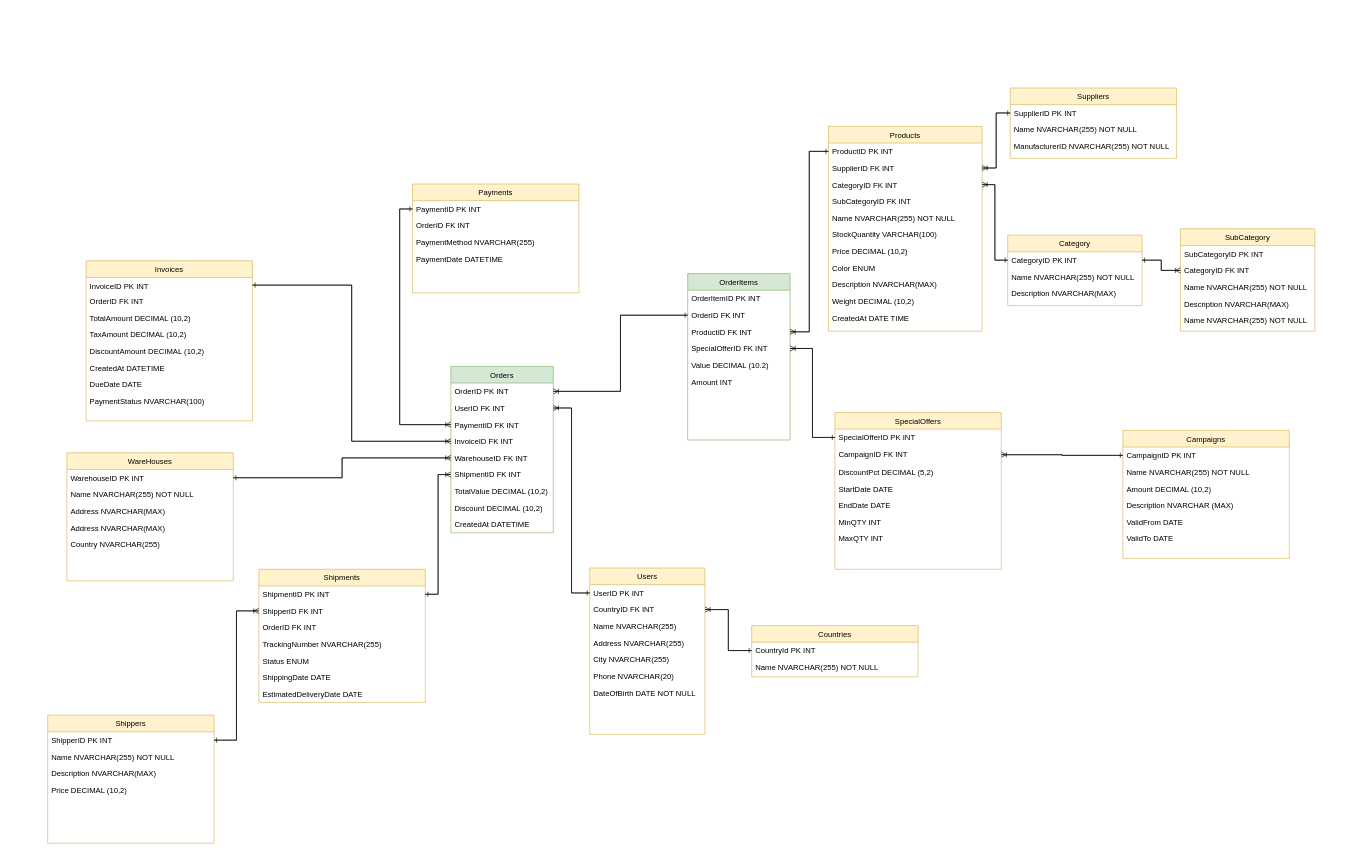
LuccaLinguine/BankDB keeps this draw.io diagram as star diagram.drawio. Above is the earlier version. Source tidied: cells renumbered, new cells numbered last; positions are measured from the earlier drawing's top-left corner, leaving out a move shared by most shapes. Both pictures are drawn from the tidied source at 64%, with x=0, y=0 at pixel (47, 88).
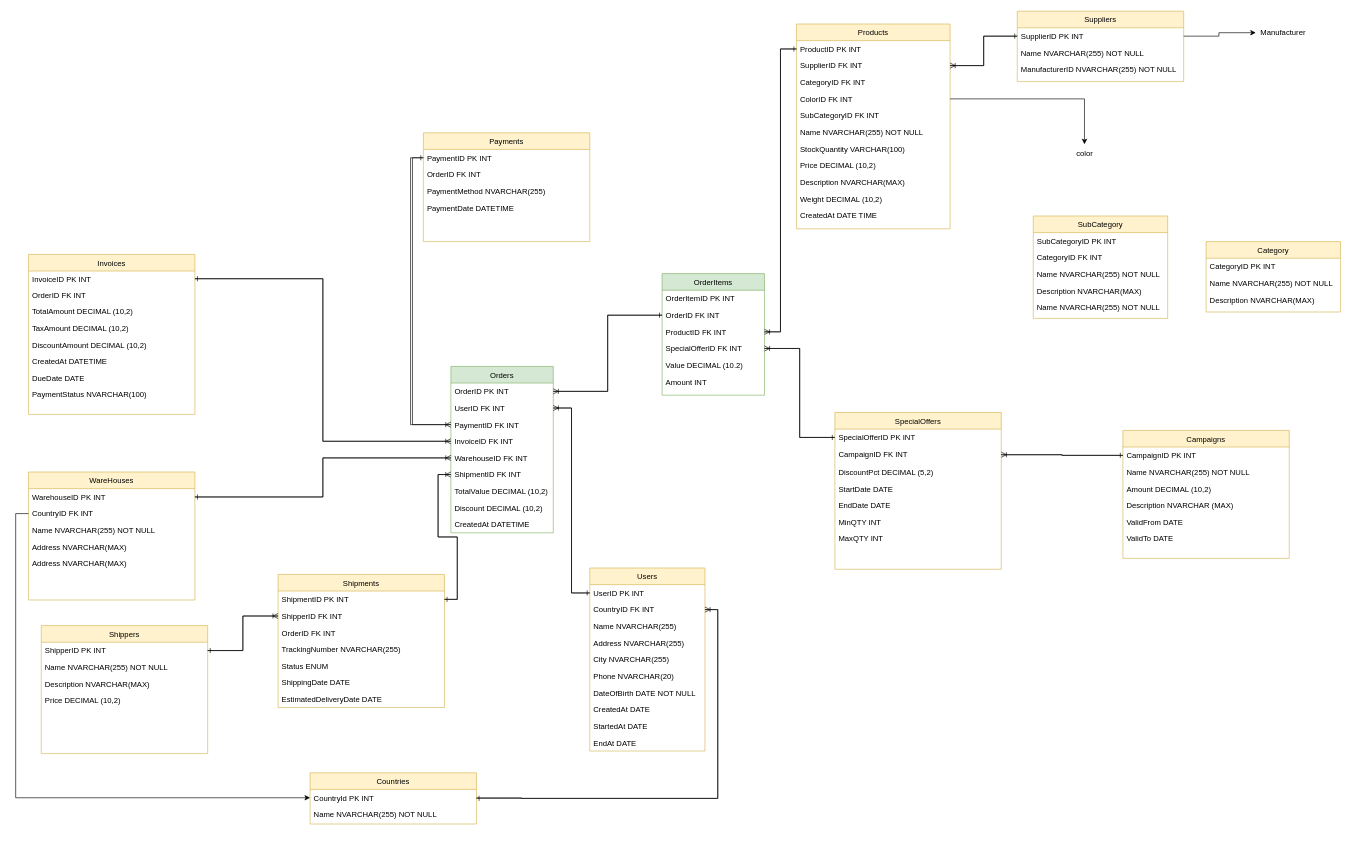
The same diagram, later.

The change refers to these unchanged cells:
```xml
<mxCell id="5" value="PaymentID FK INT" style="text;align=left;verticalAlign=top;spacingLeft=4;spacingRight=4;overflow=hidden;points=[[0,0.5],[1,0.5]];portConstraint=eastwest;" parent="2" vertex="1">
  <mxGeometry y="78" width="160" height="26" as="geometry" />
</mxCell>
<mxCell id="21" value="CountryID FK INT" style="text;align=left;verticalAlign=top;spacingLeft=4;spacingRight=4;overflow=hidden;points=[[0,0.5],[1,0.5]];portConstraint=eastwest;" parent="19" vertex="1">
  <mxGeometry y="52" width="180" height="26" as="geometry" />
</mxCell>
<mxCell id="30" value="CategoryID FK INT" style="text;align=left;verticalAlign=top;spacingLeft=4;spacingRight=4;overflow=hidden;points=[[0,0.5],[1,0.5]];portConstraint=eastwest;" parent="27" vertex="1">
  <mxGeometry y="78" width="240" height="26" as="geometry" />
</mxCell>
<mxCell id="41" value="CategoryID FK INT" style="text;align=left;verticalAlign=top;spacingLeft=4;spacingRight=4;overflow=hidden;points=[[0,0.5],[1,0.5]];portConstraint=eastwest;" parent="39" vertex="1">
  <mxGeometry y="52" width="210" height="26" as="geometry" />
</mxCell>
<mxCell id="46" value="CategoryID PK INT" style="text;align=left;verticalAlign=top;spacingLeft=4;spacingRight=4;overflow=hidden;points=[[0,0.5],[1,0.5]];portConstraint=eastwest;" parent="45" vertex="1">
  <mxGeometry y="26" width="210" height="26" as="geometry" />
</mxCell>
<mxCell id="50" value="SupplierID PK INT" style="text;align=left;verticalAlign=top;spacingLeft=4;spacingRight=4;overflow=hidden;points=[[0,0.5],[1,0.5]];portConstraint=eastwest;" parent="49" vertex="1">
  <mxGeometry y="26" width="260" height="26" as="geometry" />
</mxCell>
<mxCell id="88" value="PaymentID PK INT" style="text;align=left;verticalAlign=top;spacingLeft=4;spacingRight=4;overflow=hidden;points=[[0,0.5],[1,0.5]];portConstraint=eastwest;" parent="87" vertex="1">
  <mxGeometry y="26" width="260" height="26" as="geometry" />
</mxCell>
<mxCell id="102" value="CountryId PK INT" style="text;align=left;verticalAlign=top;spacingLeft=4;spacingRight=4;overflow=hidden;points=[[0,0.5],[1,0.5]];portConstraint=eastwest;" parent="101" vertex="1">
  <mxGeometry y="26" width="260" height="26" as="geometry" />
</mxCell>
```

Diff of the diagram source:
```diff
@@
     <mxCell id="12" value="OrderItems" style="swimlane;fontStyle=0;align=center;verticalAlign=top;horizontal=1;startSize=26;rounded=0;shadow=0;strokeWidth=1;fillColor=#d5e8d4;strokeColor=#82b366;" parent="1" vertex="1">
-      <mxGeometry x="1000" y="290" width="160" height="260" as="geometry" />
+      <mxGeometry x="960" y="290" width="160" height="190" as="geometry" />
     </mxCell>
@@
     <mxCell id="19" value="Users" style="swimlane;fontStyle=0;align=center;verticalAlign=top;horizontal=1;startSize=26;rounded=0;shadow=0;strokeWidth=1;fillColor=#fff2cc;strokeColor=#d6b656;" parent="1" vertex="1">
-      <mxGeometry x="847" y="750" width="180" height="260" as="geometry" />
+      <mxGeometry x="847" y="750" width="180" height="286" as="geometry" />
     </mxCell>
@@
+    <mxCell id="132" value="CreatedAt DATE" style="text;align=left;verticalAlign=top;spacingLeft=4;spacingRight=4;overflow=hidden;" parent="19" vertex="1">
+      <mxGeometry y="208" width="180" height="26" as="geometry" />
+    </mxCell>
+    <mxCell id="133" value="StartedAt DATE" style="text;align=left;verticalAlign=top;spacingLeft=4;spacingRight=4;overflow=hidden;" parent="19" vertex="1">
+      <mxGeometry y="234" width="180" height="26" as="geometry" />
+    </mxCell>
+    <mxCell id="134" value="EndAt DATE" style="text;align=left;verticalAlign=top;spacingLeft=4;spacingRight=4;overflow=hidden;" parent="19" vertex="1">
+      <mxGeometry y="260" width="180" height="26" as="geometry" />
+    </mxCell>
     <mxCell id="27" value="Products" style="swimlane;fontStyle=0;align=center;verticalAlign=top;horizontal=1;startSize=26;rounded=0;shadow=0;strokeWidth=1;fillColor=#fff2cc;strokeColor=#d6b656;" parent="1" vertex="1">
-      <mxGeometry x="1220" y="60" width="240" height="320" as="geometry" />
+      <mxGeometry x="1170" y="-100" width="240" height="320" as="geometry" />
     </mxCell>
@@
+    <mxCell id="35" value="ColorID FK INT" style="text;align=left;verticalAlign=top;spacingLeft=4;spacingRight=4;overflow=hidden;points=[[0,0.5],[1,0.5]];portConstraint=eastwest;" parent="27" vertex="1">
+      <mxGeometry y="104" width="240" height="26" as="geometry" />
+    </mxCell>
     <mxCell id="31" value="SubCategoryID FK INT" style="text;align=left;verticalAlign=top;spacingLeft=4;spacingRight=4;overflow=hidden;" parent="27" vertex="1">
-      <mxGeometry y="104" width="240" height="26" as="geometry" />
+      <mxGeometry y="130" width="240" height="26" as="geometry" />
     </mxCell>
     <mxCell id="32" value="Name NVARCHAR(255) NOT NULL" style="text;align=left;verticalAlign=top;spacingLeft=4;spacingRight=4;overflow=hidden;" parent="27" vertex="1">
-      <mxGeometry y="130" width="240" height="26" as="geometry" />
+      <mxGeometry y="156" width="240" height="26" as="geometry" />
     </mxCell>
     <mxCell id="33" value="StockQuantity VARCHAR(100)" style="text;align=left;verticalAlign=top;spacingLeft=4;spacingRight=4;overflow=hidden;" parent="27" vertex="1">
-      <mxGeometry y="156" width="240" height="26" as="geometry" />
+      <mxGeometry y="182" width="240" height="26" as="geometry" />
     </mxCell>
     <mxCell id="34" value="Price DECIMAL (10,2)" style="text;align=left;verticalAlign=top;spacingLeft=4;spacingRight=4;overflow=hidden;" parent="27" vertex="1">
-      <mxGeometry y="182" width="240" height="26" as="geometry" />
+      <mxGeometry y="208" width="240" height="26" as="geometry" />
     </mxCell>
-    <mxCell id="35" value="Color ENUM" style="text;align=left;verticalAlign=top;spacingLeft=4;spacingRight=4;overflow=hidden;points=[[0,0.5],[1,0.5]];portConstraint=eastwest;" parent="27" vertex="1">
-      <mxGeometry y="208" width="240" height="26" as="geometry" />
-    </mxCell>
@@
     <mxCell id="39" value="SubCategory" style="swimlane;fontStyle=0;align=center;verticalAlign=top;horizontal=1;startSize=26;rounded=0;shadow=0;strokeWidth=1;fillColor=#fff2cc;strokeColor=#d6b656;" parent="1" vertex="1">
-      <mxGeometry x="1770" y="220" width="210" height="160" as="geometry" />
+      <mxGeometry x="1540" y="200" width="210" height="160" as="geometry" />
     </mxCell>
@@
     <mxCell id="45" value="Category" style="swimlane;fontStyle=0;align=center;verticalAlign=top;horizontal=1;startSize=26;rounded=0;shadow=0;strokeWidth=1;fillColor=#fff2cc;strokeColor=#d6b656;" parent="1" vertex="1">
-      <mxGeometry x="1500" y="230" width="210" height="110" as="geometry" />
+      <mxGeometry x="1810" y="240" width="210" height="110" as="geometry" />
     </mxCell>
@@
     <mxCell id="49" value="Suppliers" style="swimlane;fontStyle=0;align=center;verticalAlign=top;horizontal=1;startSize=26;rounded=0;shadow=0;strokeWidth=1;fillColor=#fff2cc;strokeColor=#d6b656;" parent="1" vertex="1">
-      <mxGeometry x="1504" width="260" height="110" as="geometry" />
+      <mxGeometry x="1515" y="-120" width="260" height="110" as="geometry" />
     </mxCell>
@@
     <mxCell id="68" value="Shippers" style="swimlane;fontStyle=0;align=center;verticalAlign=top;horizontal=1;startSize=26;rounded=0;shadow=0;strokeWidth=1;fillColor=#fff2cc;strokeColor=#d6b656;" parent="1" vertex="1">
-      <mxGeometry y="980" width="260" height="200" as="geometry" />
+      <mxGeometry x="-10" y="840" width="260" height="200" as="geometry" />
     </mxCell>
@@
     <mxCell id="73" value="Shipments" style="swimlane;fontStyle=0;align=center;verticalAlign=top;horizontal=1;startSize=26;rounded=0;shadow=0;strokeWidth=1;fillColor=#fff2cc;strokeColor=#d6b656;" parent="1" vertex="1">
-      <mxGeometry x="330" y="752" width="260" height="208" as="geometry" />
+      <mxGeometry x="360" y="760" width="260" height="208" as="geometry" />
     </mxCell>
@@
     <mxCell id="81" value="WareHouses" style="swimlane;fontStyle=0;align=center;verticalAlign=top;horizontal=1;startSize=26;rounded=0;shadow=0;strokeWidth=1;fillColor=#fff2cc;strokeColor=#d6b656;" parent="1" vertex="1">
-      <mxGeometry x="30" y="570" width="260" height="200" as="geometry" />
+      <mxGeometry x="-30" y="600" width="260" height="200" as="geometry" />
     </mxCell>
@@
+    <mxCell id="135" value="CountryID FK INT" style="text;align=left;verticalAlign=top;spacingLeft=4;spacingRight=4;overflow=hidden;points=[[0,0.5],[1,0.5]];portConstraint=eastwest;" parent="81" vertex="1">
+      <mxGeometry y="52" width="260" height="26" as="geometry" />
+    </mxCell>
     <mxCell id="83" value="Name NVARCHAR(255) NOT NULL" style="text;align=left;verticalAlign=top;spacingLeft=4;spacingRight=4;overflow=hidden;" parent="81" vertex="1">
-      <mxGeometry y="52" width="260" height="26" as="geometry" />
+      <mxGeometry y="78" width="260" height="26" as="geometry" />
     </mxCell>
     <mxCell id="84" value="Address NVARCHAR(MAX)" style="text;align=left;verticalAlign=top;spacingLeft=4;spacingRight=4;overflow=hidden;" parent="81" vertex="1">
-      <mxGeometry y="78" width="260" height="26" as="geometry" />
+      <mxGeometry y="104" width="260" height="26" as="geometry" />
     </mxCell>
     <mxCell id="85" value="Address NVARCHAR(MAX)" style="text;align=left;verticalAlign=top;spacingLeft=4;spacingRight=4;overflow=hidden;" parent="81" vertex="1">
-      <mxGeometry y="104" width="260" height="26" as="geometry" />
+      <mxGeometry y="130" width="260" height="26" as="geometry" />
     </mxCell>
-    <mxCell id="86" value="Country NVARCHAR(255)" style="text;align=left;verticalAlign=top;spacingLeft=4;spacingRight=4;overflow=hidden;" parent="81" vertex="1">
-      <mxGeometry y="130" width="260" height="26" as="geometry" />
-    </mxCell>
     <mxCell id="87" value="Payments" style="swimlane;fontStyle=0;align=center;verticalAlign=top;horizontal=1;startSize=26;rounded=0;shadow=0;strokeWidth=1;fillColor=#fff2cc;strokeColor=#d6b656;" parent="1" vertex="1">
-      <mxGeometry x="570" y="150" width="260" height="170" as="geometry" />
+      <mxGeometry x="587" y="70" width="260" height="170" as="geometry" />
     </mxCell>
@@
     <mxCell id="92" value="Invoices" style="swimlane;fontStyle=0;align=center;verticalAlign=top;horizontal=1;startSize=26;rounded=0;shadow=0;strokeWidth=1;fillColor=#fff2cc;strokeColor=#d6b656;" parent="1" vertex="1">
-      <mxGeometry x="60" y="270" width="260" height="250" as="geometry" />
+      <mxGeometry x="-30" y="260" width="260" height="250" as="geometry" />
     </mxCell>
@@
     <mxCell id="101" value="Countries" style="swimlane;fontStyle=0;align=center;verticalAlign=top;horizontal=1;startSize=26;rounded=0;shadow=0;strokeWidth=1;fillColor=#fff2cc;strokeColor=#d6b656;" parent="1" vertex="1">
-      <mxGeometry x="1100" y="840" width="260" height="80" as="geometry" />
+      <mxGeometry x="410" y="1070" width="260" height="80" as="geometry" />
     </mxCell>
@@
     <mxCell id="104" style="edgeStyle=orthogonalEdgeStyle;rounded=0;jettySize=auto;html=1;exitX=0;exitY=0.5;exitDx=0;exitDy=0;entryX=0;entryY=0.5;entryDx=0;entryDy=0;endArrow=ERone;endFill=0;" parent="1" edge="1" source="5" target="88">
-      <mxGeometry relative="1" as="geometry" />
+      <mxGeometry relative="1" as="geometry">
+        <Array as="points">
+          <mxPoint x="570" y="526" />
+          <mxPoint x="570" y="109" />
+        </Array>
+      </mxGeometry>
     </mxCell>
@@
-    <mxCell id="107" style="edgeStyle=orthogonalEdgeStyle;rounded=0;jettySize=auto;html=1;exitX=1;exitY=0.5;exitDx=0;exitDy=0;entryX=0;entryY=0.5;entryDx=0;entryDy=0;endArrow=ERone;endFill=0;" parent="1" edge="1" source="21" target="102">
-      <mxGeometry relative="1" as="geometry" />
+    <mxCell id="107" style="rounded=0;jettySize=auto;html=1;exitX=1;exitY=0.5;exitDx=0;exitDy=0;endArrow=ERone;endFill=0;edgeStyle=orthogonalEdgeStyle;" parent="1" edge="1" source="21">
+      <mxGeometry relative="1" as="geometry">
+        <mxPoint x="670" y="1110" as="targetPoint" />
+        <Array as="points">
+          <mxPoint x="1047" y="815" />
+          <mxPoint x="1047" y="1110" />
+        </Array>
+      </mxGeometry>
     </mxCell>
@@
-    <mxCell id="113" style="edgeStyle=orthogonalEdgeStyle;rounded=0;jettySize=auto;html=1;exitX=1;exitY=0.5;exitDx=0;exitDy=0;entryX=0;entryY=0.5;entryDx=0;entryDy=0;endArrow=ERone;endFill=0;" parent="1" edge="1" source="30" target="46">
-      <mxGeometry relative="1" as="geometry" />
-    </mxCell>
-    <mxCell id="114" style="edgeStyle=orthogonalEdgeStyle;rounded=0;jettySize=auto;html=1;exitX=1;exitY=0.5;exitDx=0;exitDy=0;entryX=0;entryY=0.5;entryDx=0;entryDy=0;endArrow=ERoneToMany;endFill=0;" parent="1" edge="1" source="46" target="41">
-      <mxGeometry relative="1" as="geometry" />
-    </mxCell>
@@
-    <mxCell id="122" style="edgeStyle=orthogonalEdgeStyle;rounded=0;jettySize=auto;html=1;exitX=0;exitY=0.5;exitDx=0;exitDy=0;entryX=1;entryY=0.5;entryDx=0;entryDy=0;endArrow=ERoneToMany;endFill=0;" parent="1" edge="1" source="102" target="21">
-      <mxGeometry relative="1" as="geometry" />
+    <mxCell id="122" style="edgeStyle=orthogonalEdgeStyle;rounded=0;jettySize=auto;html=1;entryX=1;entryY=0.5;entryDx=0;entryDy=0;endArrow=ERoneToMany;endFill=0;" parent="1" edge="1" target="21">
+      <mxGeometry relative="1" as="geometry">
+        <mxPoint x="670" y="1109" as="sourcePoint" />
+        <Array as="points">
+          <mxPoint x="740" y="1109" />
+          <mxPoint x="1047" y="1110" />
+          <mxPoint x="1047" y="815" />
+        </Array>
+      </mxGeometry>
     </mxCell>
@@
-    <mxCell id="128" style="edgeStyle=orthogonalEdgeStyle;rounded=0;jettySize=auto;html=1;exitX=0;exitY=0.5;exitDx=0;exitDy=0;endArrow=ERone;endFill=0;" parent="1" edge="1" source="41" target="46">
-      <mxGeometry relative="1" as="geometry" />
-    </mxCell>
-    <mxCell id="129" style="edgeStyle=orthogonalEdgeStyle;rounded=0;jettySize=auto;html=1;exitX=0;exitY=0.5;exitDx=0;exitDy=0;entryX=1;entryY=0.5;entryDx=0;entryDy=0;endArrow=ERoneToMany;endFill=0;" parent="1" edge="1" source="46" target="30">
-      <mxGeometry relative="1" as="geometry" />
-    </mxCell>
@@
+    <mxCell id="136" style="edgeStyle=orthogonalEdgeStyle;rounded=0;jettySize=auto;html=1;exitX=0;exitY=0.5;exitDx=0;exitDy=0;entryX=0;entryY=0.5;entryDx=0;entryDy=0;" parent="1" edge="1" source="135" target="102">
+      <mxGeometry relative="1" as="geometry" />
+    </mxCell>
+    <mxCell id="137" value="color" style="text;html=1;align=center;verticalAlign=middle;points=[];strokeColor=none;fillColor=none;" parent="1" vertex="1">
+      <mxGeometry x="1595" y="88" width="50" height="30" as="geometry" />
+    </mxCell>
+    <mxCell id="138" value="Manufacturer" style="text;html=1;align=center;verticalAlign=middle;points=[];strokeColor=none;fillColor=none;" parent="1" vertex="1">
+      <mxGeometry x="1885" y="-102" width="90" height="30" as="geometry" />
+    </mxCell>
+    <mxCell id="139" style="edgeStyle=orthogonalEdgeStyle;rounded=0;jettySize=auto;html=1;exitX=1;exitY=0.5;exitDx=0;exitDy=0;" parent="1" edge="1" source="35" target="137">
+      <mxGeometry relative="1" as="geometry" />
+    </mxCell>
+    <mxCell id="140" style="edgeStyle=orthogonalEdgeStyle;rounded=0;jettySize=auto;html=1;exitX=1;exitY=0.5;exitDx=0;exitDy=0;entryX=0.03;entryY=0.52;entryDx=0;entryDy=0;entryPerimeter=0;" parent="1" edge="1" source="50" target="138">
+      <mxGeometry relative="1" as="geometry" />
+    </mxCell>
```
